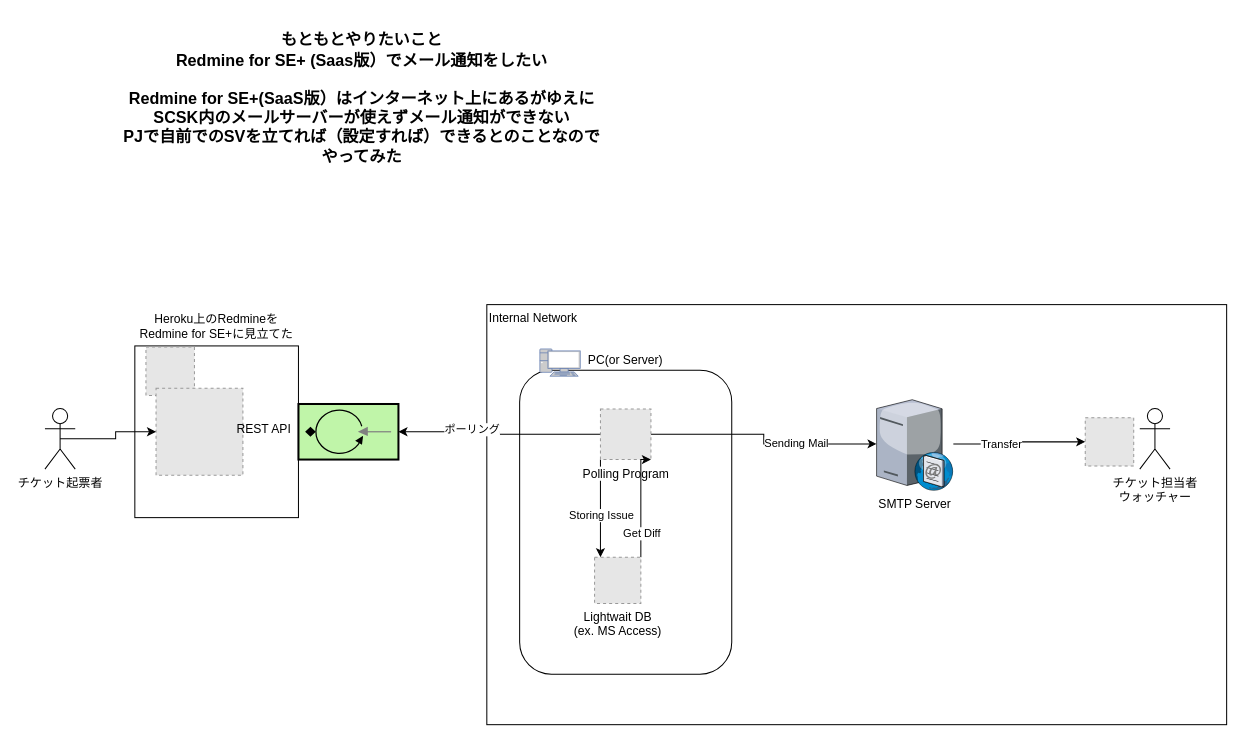
This is redmine-restapi-mailing.drawio from marzg510/m510-redmine-github, a draw.io file, before an edit. Source tidied: cells renumbered, new cells numbered last; positions are measured from the earlier drawing's top-left corner, leaving out a move shared by most shapes. Both pictures are drawn from the tidied source at 101%, with x=0, y=0 at pixel (44, 17). Pictures stored in the file or linked from it are replaced by grey dashed boxes.
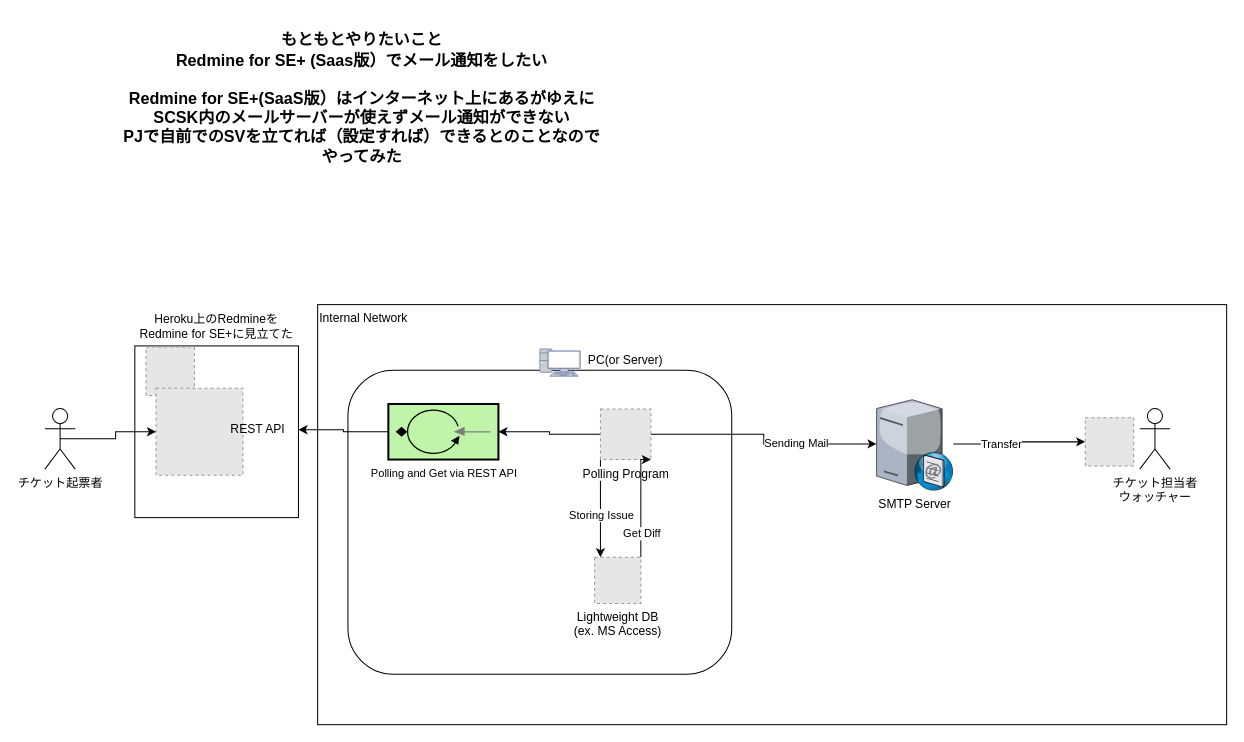
Above is the later version.

The change refers to these unchanged cells:
```xml
<mxCell id="21" value="Polling Program" style="fillColor=#E6E6E6;strokeColor=#999999;dashed=1;html=1;verticalAlign=top;verticalLabelPosition=bottom;labelBackgroundColor=#ffffff;align=center;" parent="1" vertex="1">
  <mxGeometry x="550" y="387.5" width="50" height="50" as="geometry" />
</mxCell>
```

Diff of the diagram source:
```diff
@@
     <mxCell id="2" value="Internal Network" style="rounded=0;whiteSpace=wrap;html=1;horizontal=1;verticalAlign=top;align=left;" parent="1" vertex="1">
-      <mxGeometry x="437.5" y="284.1" width="732.5" height="415.9" as="geometry" />
+      <mxGeometry x="270" y="284.1" width="900" height="415.9" as="geometry" />
     </mxCell>
     <mxCell id="3" style="rounded=1;whiteSpace=wrap;html=1;align=left;" parent="1" vertex="1">
-      <mxGeometry x="470" y="349" width="210" height="301" as="geometry" />
+      <mxGeometry x="300" y="349" width="380" height="301" as="geometry" />
     </mxCell>
@@
+    <mxCell id="30" style="edgeStyle=orthogonalEdgeStyle;rounded=0;jettySize=auto;html=1;" parent="1" edge="1" source="14" target="22">
+      <mxGeometry relative="1" as="geometry" />
+    </mxCell>
-    <mxCell id="14" style="fillColor=#c0f5a9;dashed=0;outlineConnect=0;strokeWidth=2;html=1;align=center;fontSize=8;verticalLabelPosition=bottom;verticalAlign=top;shape=mxgraph.eip.polling_consumer;direction=west;" parent="1" vertex="1">
-      <mxGeometry x="251" y="382.5" width="99" height="55" as="geometry" />
+    <mxCell id="14" value="&lt;span style=&quot;font-size: 11px ; background-color: rgb(255 , 255 , 255)&quot;&gt;Polling and Get via REST API&lt;/span&gt;" style="fillColor=#c0f5a9;dashed=0;outlineConnect=0;strokeWidth=2;html=1;align=center;fontSize=8;verticalLabelPosition=bottom;verticalAlign=top;shape=mxgraph.eip.polling_consumer;direction=west;" parent="1" vertex="1">
+      <mxGeometry x="340" y="382.5" width="109" height="55" as="geometry" />
     </mxCell>
-    <mxCell id="15" style="edgeStyle=orthogonalEdgeStyle;rounded=0;jettySize=auto;html=1;" parent="1" edge="1" source="21" target="14">
-      <mxGeometry relative="1" as="geometry" />
-    </mxCell>
-    <mxCell id="16" value="ポーリング" style="edgeLabel;html=1;align=center;verticalAlign=middle;" parent="15" vertex="1">
-      <mxGeometry x="0.28" y="-3" relative="1" as="geometry" />
-    </mxCell>
@@
+    <mxCell id="15" style="edgeStyle=orthogonalEdgeStyle;rounded=0;jettySize=auto;html=1;" parent="1" edge="1" source="21" target="14">
+      <mxGeometry relative="1" as="geometry" />
+    </mxCell>
@@
     <mxCell id="22" value="REST API" style="text;html=1;strokeColor=none;fillColor=none;align=center;verticalAlign=middle;whiteSpace=wrap;rounded=0;" parent="1" vertex="1">
-      <mxGeometry x="177" y="387" width="80" height="41" as="geometry" />
+      <mxGeometry x="171" y="387.5" width="80" height="41" as="geometry" />
     </mxCell>
@@
-    <mxCell id="29" value="Lightwait DB&lt;br&gt;(ex. MS Access)" style="fillColor=#E6E6E6;strokeColor=#999999;dashed=1;html=1;verticalAlign=top;verticalLabelPosition=bottom;labelBackgroundColor=#ffffff;align=center;" parent="1" vertex="1">
+    <mxCell id="29" value="Lightweight DB&lt;br&gt;(ex. MS Access)" style="fillColor=#E6E6E6;strokeColor=#999999;dashed=1;html=1;verticalAlign=top;verticalLabelPosition=bottom;labelBackgroundColor=#ffffff;align=center;" parent="1" vertex="1">
       <mxGeometry x="544.2" y="534.2" width="45.8" height="45.8" as="geometry" />
     </mxCell>
```
